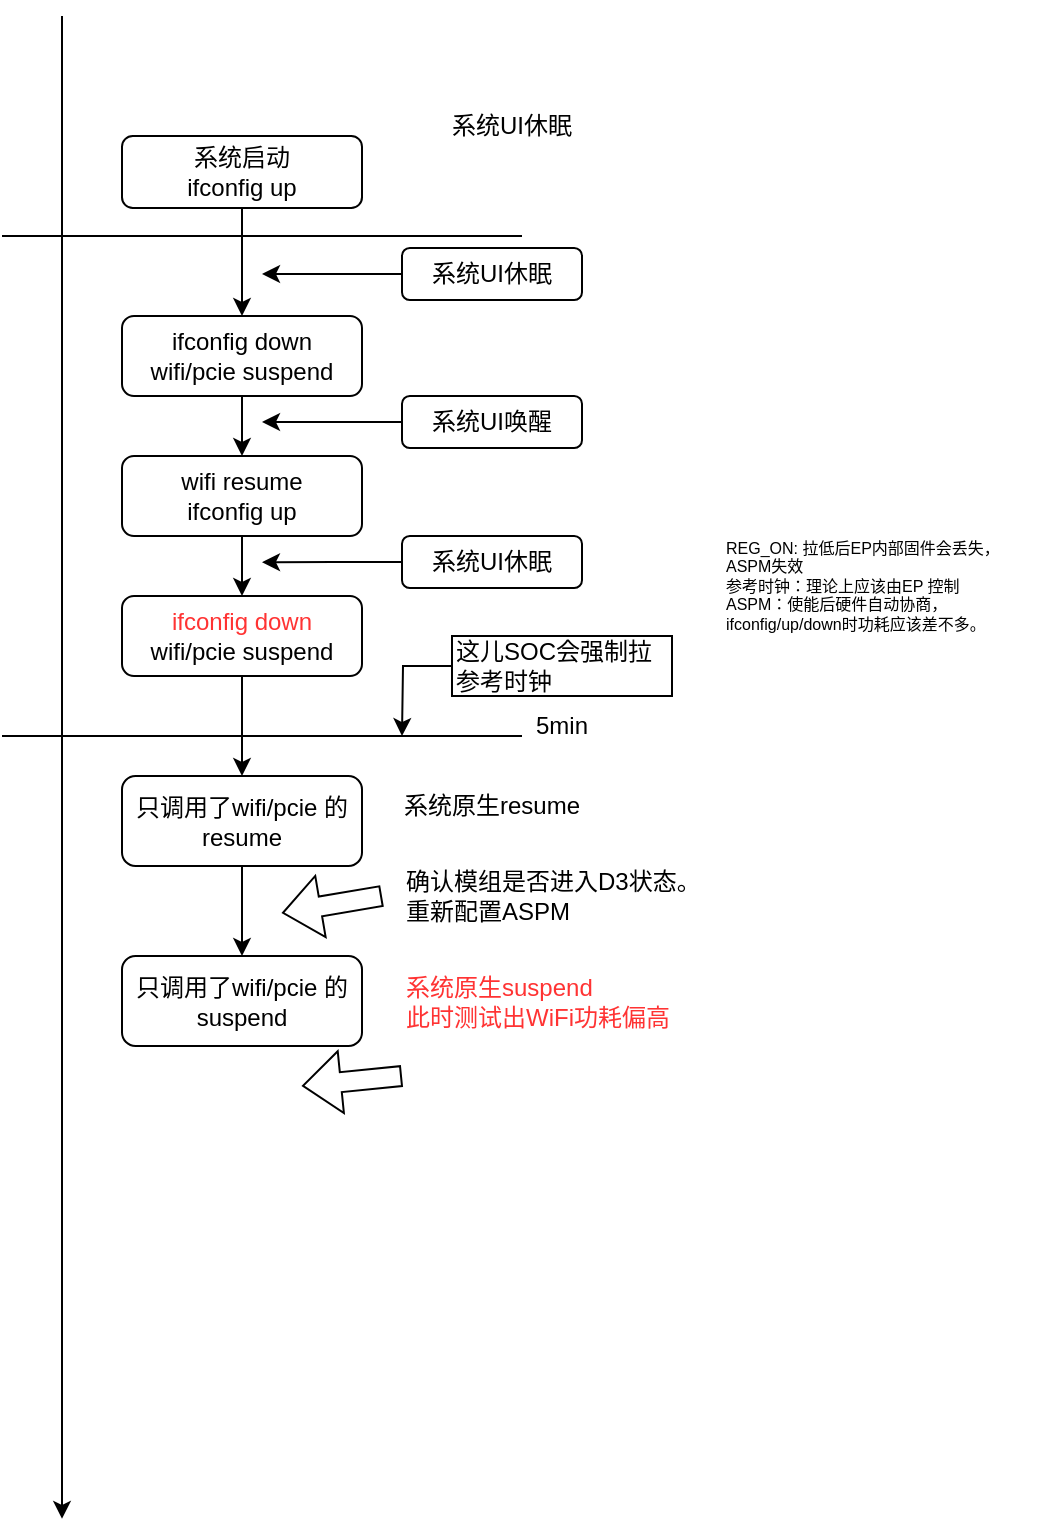
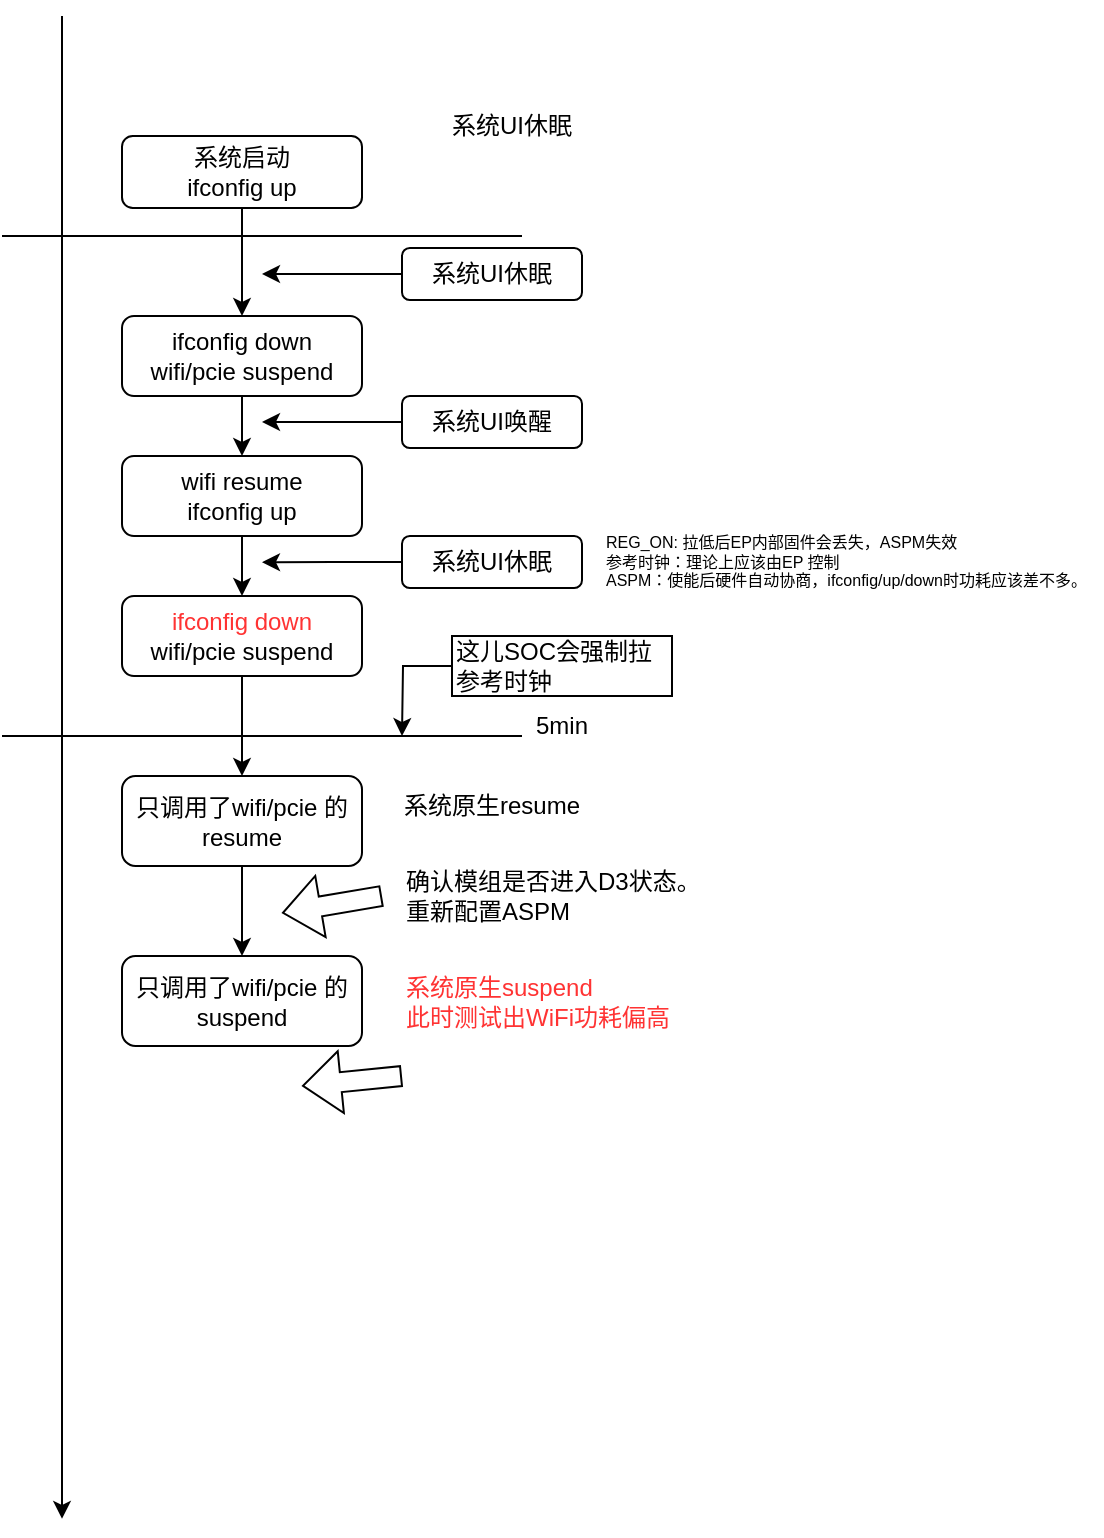
<mxfile host="app.diagrams.net">
  <diagram name="第 1 页" id="ImQaXRlsFguB4ReTO9KS">
    <mxGraphModel dx="758" dy="392" grid="1" gridSize="10" guides="1" tooltips="1" connect="1" arrows="1" fold="1" page="1" pageScale="1" pageWidth="827" pageHeight="1169" math="0" shadow="0">
      <root>
        <mxCell id="0" />
        <mxCell id="1" parent="0" />
        <mxCell id="C1tFleYjg3W5zCN1BD72-1" edge="1" parent="1" style="endArrow=classic;html=1;rounded=0;" value="">
          <mxGeometry height="50" relative="1" width="50" as="geometry">
            <mxPoint x="270" y="140" as="sourcePoint" />
            <mxPoint x="270" y="891.4285714285713" as="targetPoint" />
          </mxGeometry>
        </mxCell>
        <mxCell id="C1tFleYjg3W5zCN1BD72-20" edge="1" parent="1" source="C1tFleYjg3W5zCN1BD72-3" style="edgeStyle=orthogonalEdgeStyle;rounded=0;orthogonalLoop=1;jettySize=auto;html=1;exitX=0.5;exitY=1;exitDx=0;exitDy=0;entryX=0.5;entryY=0;entryDx=0;entryDy=0;" target="C1tFleYjg3W5zCN1BD72-4">
          <mxGeometry relative="1" as="geometry" />
        </mxCell>
        <mxCell id="C1tFleYjg3W5zCN1BD72-3" parent="1" style="rounded=1;whiteSpace=wrap;html=1;" value="系统启动&lt;br&gt;ifconfig up" vertex="1">
          <mxGeometry height="36" width="120" x="300" y="200" as="geometry" />
        </mxCell>
        <mxCell id="C1tFleYjg3W5zCN1BD72-23" edge="1" parent="1" source="C1tFleYjg3W5zCN1BD72-4" style="edgeStyle=orthogonalEdgeStyle;rounded=0;orthogonalLoop=1;jettySize=auto;html=1;exitX=0.5;exitY=1;exitDx=0;exitDy=0;entryX=0.5;entryY=0;entryDx=0;entryDy=0;" target="C1tFleYjg3W5zCN1BD72-6">
          <mxGeometry relative="1" as="geometry" />
        </mxCell>
        <mxCell id="C1tFleYjg3W5zCN1BD72-4" parent="1" style="rounded=1;whiteSpace=wrap;html=1;" value="ifconfig down&lt;div&gt;wifi/pcie suspend&lt;/div&gt;" vertex="1">
          <mxGeometry height="40" width="120" x="300" y="290" as="geometry" />
        </mxCell>
        <mxCell id="C1tFleYjg3W5zCN1BD72-33" edge="1" parent="1" source="C1tFleYjg3W5zCN1BD72-6" style="edgeStyle=orthogonalEdgeStyle;rounded=0;orthogonalLoop=1;jettySize=auto;html=1;exitX=0.5;exitY=1;exitDx=0;exitDy=0;entryX=0.5;entryY=0;entryDx=0;entryDy=0;" target="C1tFleYjg3W5zCN1BD72-9">
          <mxGeometry relative="1" as="geometry" />
        </mxCell>
        <mxCell id="C1tFleYjg3W5zCN1BD72-6" parent="1" style="rounded=1;whiteSpace=wrap;html=1;" value="wifi resume&lt;br&gt;ifconfig up" vertex="1">
          <mxGeometry height="40" width="120" x="300" y="360" as="geometry" />
        </mxCell>
        <mxCell id="C1tFleYjg3W5zCN1BD72-7" edge="1" parent="1" style="endArrow=none;html=1;rounded=0;" value="">
          <mxGeometry height="50" relative="1" width="50" as="geometry">
            <mxPoint x="240" y="250" as="sourcePoint" />
            <mxPoint x="500" y="250" as="targetPoint" />
          </mxGeometry>
        </mxCell>
        <mxCell id="C1tFleYjg3W5zCN1BD72-36" edge="1" parent="1" source="C1tFleYjg3W5zCN1BD72-9" style="edgeStyle=orthogonalEdgeStyle;rounded=0;orthogonalLoop=1;jettySize=auto;html=1;exitX=0.5;exitY=1;exitDx=0;exitDy=0;entryX=0.5;entryY=0;entryDx=0;entryDy=0;" target="C1tFleYjg3W5zCN1BD72-12">
          <mxGeometry relative="1" as="geometry" />
        </mxCell>
        <mxCell id="C1tFleYjg3W5zCN1BD72-9" parent="1" style="rounded=1;whiteSpace=wrap;html=1;" value="&lt;font style=&quot;color: rgb(255, 51, 51);&quot;&gt;ifconfig down&lt;/font&gt;&lt;br&gt;wifi/pcie suspend" vertex="1">
          <mxGeometry height="40" width="120" x="300" y="430" as="geometry" />
        </mxCell>
        <mxCell id="C1tFleYjg3W5zCN1BD72-10" edge="1" parent="1" source="C1tFleYjg3W5zCN1BD72-9" style="edgeStyle=orthogonalEdgeStyle;rounded=0;orthogonalLoop=1;jettySize=auto;html=1;exitX=0.5;exitY=1;exitDx=0;exitDy=0;" target="C1tFleYjg3W5zCN1BD72-9">
          <mxGeometry relative="1" as="geometry" />
        </mxCell>
        <mxCell id="C1tFleYjg3W5zCN1BD72-11" edge="1" parent="1" style="endArrow=none;html=1;rounded=0;" value="">
          <mxGeometry height="50" relative="1" width="50" as="geometry">
            <mxPoint x="240" y="500" as="sourcePoint" />
            <mxPoint x="500" y="500" as="targetPoint" />
          </mxGeometry>
        </mxCell>
        <mxCell id="C1tFleYjg3W5zCN1BD72-37" edge="1" parent="1" source="C1tFleYjg3W5zCN1BD72-12" style="edgeStyle=orthogonalEdgeStyle;rounded=0;orthogonalLoop=1;jettySize=auto;html=1;exitX=0.5;exitY=1;exitDx=0;exitDy=0;entryX=0.5;entryY=0;entryDx=0;entryDy=0;" target="C1tFleYjg3W5zCN1BD72-17">
          <mxGeometry relative="1" as="geometry" />
        </mxCell>
        <mxCell id="C1tFleYjg3W5zCN1BD72-12" parent="1" style="rounded=1;whiteSpace=wrap;html=1;" value="只调用了wifi/pcie 的resume" vertex="1">
          <mxGeometry height="45" width="120" x="300" y="520" as="geometry" />
        </mxCell>
        <mxCell id="C1tFleYjg3W5zCN1BD72-13" parent="1" style="text;html=1;whiteSpace=wrap;strokeColor=none;fillColor=none;align=center;verticalAlign=middle;rounded=0;" value="系统UI休眠" vertex="1">
          <mxGeometry height="30" width="70" x="460" y="180" as="geometry" />
        </mxCell>
        <mxCell id="C1tFleYjg3W5zCN1BD72-16" parent="1" style="text;html=1;whiteSpace=wrap;strokeColor=none;fillColor=none;align=center;verticalAlign=middle;rounded=0;" value="系统原生resume" vertex="1">
          <mxGeometry height="30" width="110" x="430" y="520" as="geometry" />
        </mxCell>
        <mxCell id="C1tFleYjg3W5zCN1BD72-17" parent="1" style="rounded=1;whiteSpace=wrap;html=1;" value="只调用了wifi/pcie 的suspend" vertex="1">
          <mxGeometry height="45" width="120" x="300" y="610" as="geometry" />
        </mxCell>
        <mxCell id="C1tFleYjg3W5zCN1BD72-18" parent="1" style="text;html=1;whiteSpace=wrap;strokeColor=none;fillColor=none;align=left;verticalAlign=middle;rounded=0;" value="&lt;font style=&quot;color: rgb(255, 51, 51);&quot;&gt;系统原生suspend&lt;/font&gt;&lt;div&gt;&lt;span style=&quot;background-color: transparent;&quot;&gt;&lt;font style=&quot;color: rgb(255, 51, 51);&quot;&gt;此时测试出WiFi功耗偏高&lt;/font&gt;&lt;/span&gt;&lt;/div&gt;" vertex="1">
          <mxGeometry height="60" width="145" x="440" y="602.5" as="geometry" />
        </mxCell>
        <mxCell id="C1tFleYjg3W5zCN1BD72-19" parent="1" style="text;html=1;whiteSpace=wrap;strokeColor=none;fillColor=none;align=center;verticalAlign=middle;rounded=0;" value="5min" vertex="1">
          <mxGeometry height="30" width="60" x="490" y="480" as="geometry" />
        </mxCell>
        <mxCell id="C1tFleYjg3W5zCN1BD72-39" edge="1" parent="1" source="C1tFleYjg3W5zCN1BD72-21" style="edgeStyle=orthogonalEdgeStyle;rounded=0;orthogonalLoop=1;jettySize=auto;html=1;">
          <mxGeometry relative="1" as="geometry">
            <mxPoint x="370" y="269" as="targetPoint" />
          </mxGeometry>
        </mxCell>
        <mxCell id="C1tFleYjg3W5zCN1BD72-21" parent="1" style="rounded=1;whiteSpace=wrap;html=1;" value="系统UI休眠" vertex="1">
          <mxGeometry height="26" width="90" x="440" y="256" as="geometry" />
        </mxCell>
        <mxCell id="C1tFleYjg3W5zCN1BD72-26" edge="1" parent="1" source="C1tFleYjg3W5zCN1BD72-27" style="edgeStyle=orthogonalEdgeStyle;rounded=0;orthogonalLoop=1;jettySize=auto;html=1;">
          <mxGeometry relative="1" as="geometry">
            <mxPoint x="370" y="343" as="targetPoint" />
          </mxGeometry>
        </mxCell>
        <mxCell id="C1tFleYjg3W5zCN1BD72-27" parent="1" style="rounded=1;whiteSpace=wrap;html=1;" value="系统UI唤醒" vertex="1">
          <mxGeometry height="26" width="90" x="440" y="330" as="geometry" />
        </mxCell>
        <mxCell id="C1tFleYjg3W5zCN1BD72-40" edge="1" parent="1" source="C1tFleYjg3W5zCN1BD72-32" style="edgeStyle=orthogonalEdgeStyle;rounded=0;orthogonalLoop=1;jettySize=auto;html=1;exitX=0;exitY=0.5;exitDx=0;exitDy=0;">
          <mxGeometry relative="1" as="geometry">
            <mxPoint x="370" y="413.1111111111111" as="targetPoint" />
          </mxGeometry>
        </mxCell>
        <mxCell id="C1tFleYjg3W5zCN1BD72-32" parent="1" style="rounded=1;whiteSpace=wrap;html=1;" value="系统UI休眠" vertex="1">
          <mxGeometry height="26" width="90" x="440" y="400" as="geometry" />
        </mxCell>
        <mxCell id="N1FkIVkvK4R3nEjsa3D1-1" edge="1" parent="1" style="shape=flexArrow;endArrow=classic;html=1;rounded=0;" value="">
          <mxGeometry height="50" relative="1" width="50" as="geometry">
            <mxPoint x="430" y="580" as="sourcePoint" />
            <mxPoint x="380" y="588.5" as="targetPoint" />
          </mxGeometry>
        </mxCell>
        <mxCell id="N1FkIVkvK4R3nEjsa3D1-2" edge="1" parent="1" style="shape=flexArrow;endArrow=classic;html=1;rounded=0;" value="">
          <mxGeometry height="50" relative="1" width="50" as="geometry">
            <mxPoint x="440" y="670" as="sourcePoint" />
            <mxPoint x="390" y="675" as="targetPoint" />
          </mxGeometry>
        </mxCell>
        <mxCell id="N1FkIVkvK4R3nEjsa3D1-3" parent="1" style="text;html=1;whiteSpace=wrap;strokeColor=none;fillColor=none;align=left;verticalAlign=middle;rounded=0;" value="确认模组是否进入D3状态。&lt;br&gt;重新配置ASPM" vertex="1">
          <mxGeometry height="30" width="165" x="440" y="565" as="geometry" />
        </mxCell>
        <mxCell id="N1FkIVkvK4R3nEjsa3D1-5" edge="1" parent="1" source="N1FkIVkvK4R3nEjsa3D1-4" style="edgeStyle=orthogonalEdgeStyle;rounded=0;orthogonalLoop=1;jettySize=auto;html=1;">
          <mxGeometry relative="1" as="geometry">
            <mxPoint x="440" y="500" as="targetPoint" />
          </mxGeometry>
        </mxCell>
        <mxCell id="N1FkIVkvK4R3nEjsa3D1-4" parent="1" style="text;html=1;whiteSpace=wrap;align=left;verticalAlign=middle;rounded=0;strokeColor=default;" value="这儿SOC会强制拉参考时钟" vertex="1">
          <mxGeometry height="30" width="110" x="465" y="450" as="geometry" />
        </mxCell>
        <mxCell id="N1FkIVkvK4R3nEjsa3D1-6" parent="1" style="text;html=1;whiteSpace=wrap;strokeColor=none;fillColor=none;align=left;verticalAlign=middle;rounded=0;fontSize=8;" value="REG_ON: 拉低后EP内部固件会丢失，ASPM失效&lt;div&gt;参考时钟：理论上应该由EP 控制&lt;/div&gt;&lt;div&gt;ASPM：使能后硬件自动协商，ifconfig/up/down时功耗应该差不多。&lt;/div&gt;" vertex="1">
-           <mxGeometry height="50" width="160" x="600" y="400" as="geometry" />
+           <mxGeometry height="50" width="250" x="540" y="388" as="geometry" />
        </mxCell>
      </root>
    </mxGraphModel>
  </diagram>
</mxfile>
